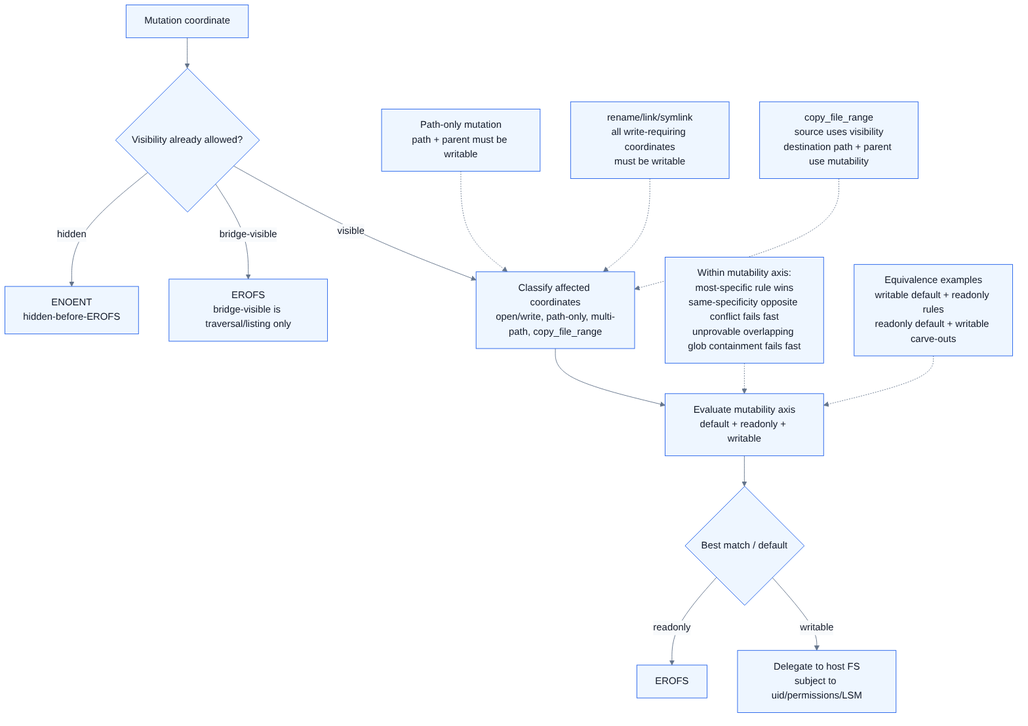
Above: docs/diagrams/mutability-axis.png in spi-ca/screenfs (Mermaid), before the change. Its source is kept beside it as docs/diagrams/mutability-axis.mmd. Source of this version:
```mermaid
flowchart TD
    input["Mutation coordinate"] --> precheck{"Visibility already allowed?"}
    precheck -- hidden --> enoent["ENOENT\nhidden-before-EROFS"]
    precheck -- bridge-visible --> bridgeErofs["EROFS\nbridge-visible is traversal/listing only"]
    precheck -- visible --> classify["Classify affected coordinates\nopen/write, path-only, multi-path, copy_file_range"]

    classify --> axis["Evaluate mutability axis\ndefault + readonly + writable"]
    axis --> decision{"Best match / default"}
    decision -- readonly --> erofs["EROFS"]
    decision -- writable --> host["Delegate to host FS\nsubject to uid/permissions/LSM"]

    pathOnly["Path-only mutation\npath + parent must be writable"] -.-> classify
    multi["rename/link/symlink\nall write-requiring coordinates\nmust be writable"] -.-> classify
    copy["copy_file_range\nsource uses visibility\ndestination path + parent use mutability"] -.-> classify

    specificity["Within mutability axis:\nmost-specific rule wins\nsame-specificity opposite conflict fails fast\nunprovable overlapping glob containment fails fast"] -.-> axis
    defaults["Equivalence examples\nwritable default + readonly rules\nreadonly default + writable carve-outs"] -.-> axis
```
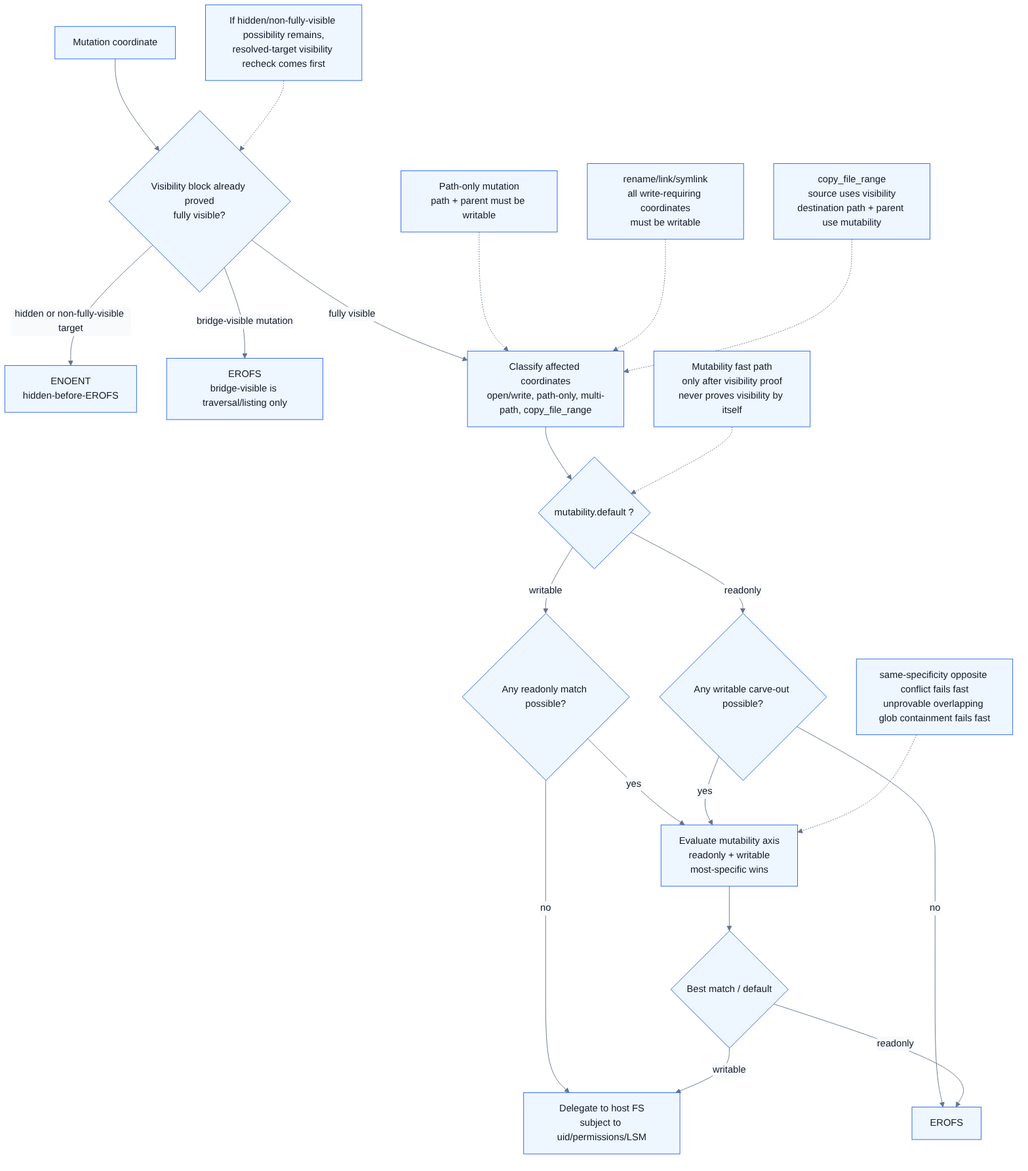
Above is the later version.

The edit, as a diff of the source:
```diff
@@ -1,17 +1,25 @@
 flowchart TD
-    input["Mutation coordinate"] --> precheck{"Visibility already allowed?"}
-    precheck -- hidden --> enoent["ENOENT\nhidden-before-EROFS"]
-    precheck -- bridge-visible --> bridgeErofs["EROFS\nbridge-visible is traversal/listing only"]
-    precheck -- visible --> classify["Classify affected coordinates\nopen/write, path-only, multi-path, copy_file_range"]
+    input["Mutation coordinate"] --> precheck{"Visibility block already proved\nfully visible?"}
+    precheck -- "hidden or non-fully-visible target" --> enoent["ENOENT\nhidden-before-EROFS"]
+    precheck -- "bridge-visible mutation" --> bridgeErofs["EROFS\nbridge-visible is traversal/listing only"]
+    precheck -- "fully visible" --> classify["Classify affected coordinates\nopen/write, path-only, multi-path, copy_file_range"]
 
-    classify --> axis["Evaluate mutability axis\ndefault + readonly + writable"]
+    classify --> defaults{"mutability.default ?"}
+    defaults -- writable --> writableFast{"Any readonly match possible?"}
+    defaults -- readonly --> readonlyFast{"Any writable carve-out possible?"}
+
+    writableFast -- no --> host["Delegate to host FS\nsubject to uid/permissions/LSM"]
+    writableFast -- yes --> axis["Evaluate mutability axis\nreadonly + writable\nmost-specific wins"]
+    readonlyFast -- no --> erofs["EROFS"]
+    readonlyFast -- yes --> axis
+
     axis --> decision{"Best match / default"}
-    decision -- readonly --> erofs["EROFS"]
-    decision -- writable --> host["Delegate to host FS\nsubject to uid/permissions/LSM"]
+    decision -- readonly --> erofs
+    decision -- writable --> host
 
+    fastPathNote["Mutability fast path\nonly after visibility proof\nnever proves visibility by itself"] -.-> defaults
+    recheckNote["If hidden/non-fully-visible possibility remains,\nresolved-target visibility recheck comes first"] -.-> precheck
     pathOnly["Path-only mutation\npath + parent must be writable"] -.-> classify
     multi["rename/link/symlink\nall write-requiring coordinates\nmust be writable"] -.-> classify
     copy["copy_file_range\nsource uses visibility\ndestination path + parent use mutability"] -.-> classify
-
-    specificity["Within mutability axis:\nmost-specific rule wins\nsame-specificity opposite conflict fails fast\nunprovable overlapping glob containment fails fast"] -.-> axis
-    defaults["Equivalence examples\nwritable default + readonly rules\nreadonly default + writable carve-outs"] -.-> axis
+    specificity["same-specificity opposite conflict fails fast\nunprovable overlapping glob containment fails fast"] -.-> axis
```
